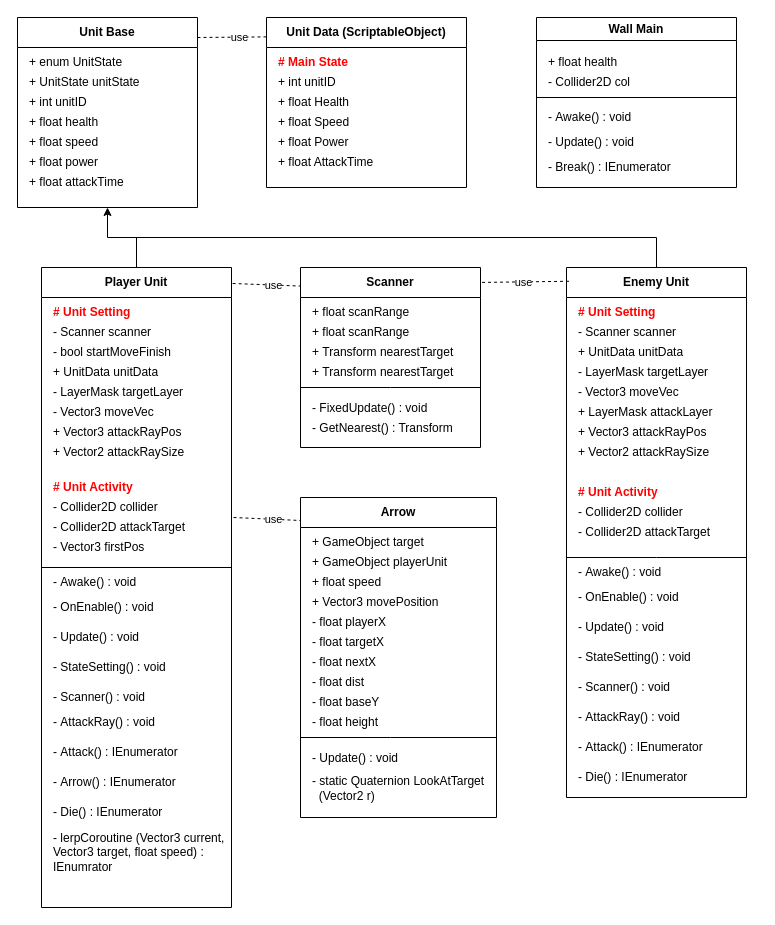
Before: page "Battle" (2 of 3) of Project_CSD.drawio in YJU-Capstone-Design/Capstone-Design, a draw.io diagram. Source tidied: cells renumbered, new cells numbered last; positions are measured from the earlier drawing's top-left corner, leaving out a move shared by most shapes. Both pictures are drawn from the tidied source at 100%, with x=0, y=0 at pixel (17, 17).
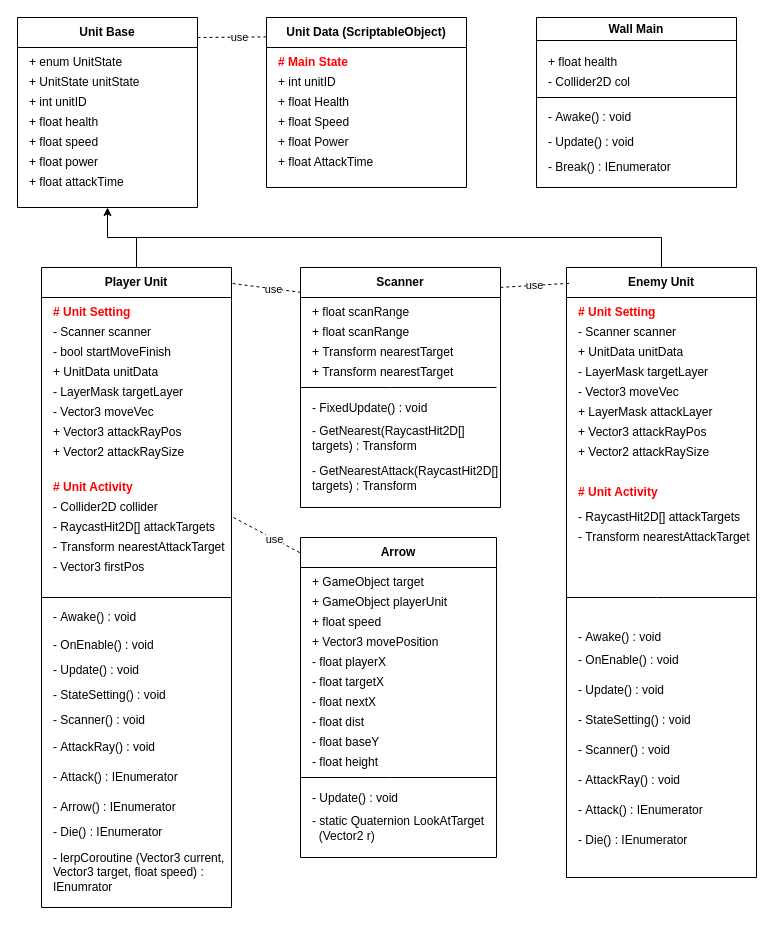
The same diagram, later.

The change refers to these unchanged cells:
```xml
<mxCell id="10" value="Player Unit" style="swimlane;whiteSpace=wrap;html=1;startSize=30;" parent="1" vertex="1">
  <mxGeometry x="24" y="250" width="190" height="640" as="geometry" />
</mxCell>
```

What changed in the source:
```diff
@@
-    <mxCell id="19" value="-&amp;nbsp;Collider2D attackTarget" style="text;html=1;align=left;verticalAlign=middle;whiteSpace=wrap;rounded=0;" parent="10" vertex="1">
-      <mxGeometry x="10" y="250" width="150" height="20" as="geometry" />
+    <mxCell id="19" value="-&amp;nbsp;RaycastHit2D[] attackTargets" style="text;html=1;align=left;verticalAlign=middle;whiteSpace=wrap;rounded=0;" parent="10" vertex="1">
+      <mxGeometry x="10" y="250" width="170" height="20" as="geometry" />
     </mxCell>
@@
     <mxCell id="22" value="- Die()&amp;nbsp;: IEnumerator" style="text;html=1;align=left;verticalAlign=middle;whiteSpace=wrap;rounded=0;" parent="10" vertex="1">
-      <mxGeometry x="10" y="530" width="150" height="30" as="geometry" />
+      <mxGeometry x="10" y="550" width="150" height="30" as="geometry" />
     </mxCell>
     <mxCell id="23" value="- lerpCoroutine (Vector3 current, Vector3 target, float speed) : IEnumrator" style="text;html=1;align=left;verticalAlign=middle;whiteSpace=wrap;rounded=0;" parent="10" vertex="1">
-      <mxGeometry x="10" y="560" width="180" height="50" as="geometry" />
+      <mxGeometry x="10" y="580" width="180" height="50" as="geometry" />
     </mxCell>
     <mxCell id="24" value="-&amp;nbsp;Awake() : void" style="text;html=1;align=left;verticalAlign=middle;whiteSpace=wrap;rounded=0;" parent="10" vertex="1">
-      <mxGeometry x="10" y="300" width="150" height="30" as="geometry" />
+      <mxGeometry x="10" y="340" width="150" height="20" as="geometry" />
     </mxCell>
     <mxCell id="25" value="-&amp;nbsp;OnEnable() : void" style="text;html=1;align=left;verticalAlign=middle;whiteSpace=wrap;rounded=0;" parent="10" vertex="1">
-      <mxGeometry x="10" y="325" width="150" height="30" as="geometry" />
+      <mxGeometry x="10" y="365" width="150" height="25" as="geometry" />
     </mxCell>
     <mxCell id="26" value="-&amp;nbsp;Update() : void" style="text;html=1;align=left;verticalAlign=middle;whiteSpace=wrap;rounded=0;" parent="10" vertex="1">
-      <mxGeometry x="10" y="355" width="150" height="30" as="geometry" />
+      <mxGeometry x="10" y="390" width="150" height="25" as="geometry" />
     </mxCell>
     <mxCell id="27" value="-&amp;nbsp;StateSetting() : void" style="text;html=1;align=left;verticalAlign=middle;whiteSpace=wrap;rounded=0;" parent="10" vertex="1">
-      <mxGeometry x="10" y="385" width="150" height="30" as="geometry" />
+      <mxGeometry x="10" y="415" width="150" height="25" as="geometry" />
     </mxCell>
     <mxCell id="28" value="-&amp;nbsp;Scanner()&amp;nbsp;: void" style="text;html=1;align=left;verticalAlign=middle;whiteSpace=wrap;rounded=0;" parent="10" vertex="1">
-      <mxGeometry x="10" y="415" width="150" height="30" as="geometry" />
+      <mxGeometry x="10" y="440" width="150" height="25" as="geometry" />
     </mxCell>
     <mxCell id="29" value="-&amp;nbsp;AttackRay()&amp;nbsp;: void" style="text;html=1;align=left;verticalAlign=middle;whiteSpace=wrap;rounded=0;" parent="10" vertex="1">
-      <mxGeometry x="10" y="440" width="150" height="30" as="geometry" />
+      <mxGeometry x="10" y="470" width="150" height="20" as="geometry" />
     </mxCell>
     <mxCell id="30" value="-&amp;nbsp;Attack()&amp;nbsp;: IEnumerator" style="text;html=1;align=left;verticalAlign=middle;whiteSpace=wrap;rounded=0;" parent="10" vertex="1">
-      <mxGeometry x="10" y="470" width="150" height="30" as="geometry" />
+      <mxGeometry x="10" y="500" width="150" height="20" as="geometry" />
     </mxCell>
     <mxCell id="31" value="-&amp;nbsp;Arrow()&amp;nbsp;: IEnumerator" style="text;html=1;align=left;verticalAlign=middle;whiteSpace=wrap;rounded=0;" parent="10" vertex="1">
-      <mxGeometry x="10" y="500" width="150" height="30" as="geometry" />
+      <mxGeometry x="10" y="530" width="150" height="20" as="geometry" />
     </mxCell>
     <mxCell id="32" style="endArrow=none;html=1;rounded=0;" parent="10" edge="1">
       <mxGeometry relative="1" as="geometry">
-        <mxPoint y="300" as="sourcePoint" />
-        <mxPoint x="190" y="300" as="targetPoint" />
+        <mxPoint y="330" as="sourcePoint" />
+        <mxPoint x="190" y="330" as="targetPoint" />
       </mxGeometry>
     </mxCell>
     <mxCell id="33" value="-&amp;nbsp;Vector3 firstPos" style="text;html=1;align=left;verticalAlign=middle;whiteSpace=wrap;rounded=0;" parent="10" vertex="1">
-      <mxGeometry x="10" y="270" width="150" height="20" as="geometry" />
+      <mxGeometry x="10" y="290" width="150" height="20" as="geometry" />
     </mxCell>
+    <mxCell id="101" value="-&amp;nbsp;Transform nearestAttackTarget" style="text;html=1;align=left;verticalAlign=middle;whiteSpace=wrap;rounded=0;" parent="10" vertex="1">
+      <mxGeometry x="10" y="270" width="180" height="20" as="geometry" />
+    </mxCell>
@@
     <mxCell id="35" value="Enemy Unit" style="swimlane;whiteSpace=wrap;html=1;startSize=30;" parent="1" vertex="1">
-      <mxGeometry x="549" y="250" width="180" height="530" as="geometry" />
+      <mxGeometry x="549" y="250" width="190" height="610" as="geometry" />
     </mxCell>
@@
-    <mxCell id="42" value="-&amp;nbsp;Collider2D collider" style="text;html=1;align=left;verticalAlign=middle;whiteSpace=wrap;rounded=0;" parent="35" vertex="1">
-      <mxGeometry x="10" y="230" width="150" height="30" as="geometry" />
+    <mxCell id="42" value="-&amp;nbsp;RaycastHit2D[] attackTargets" style="text;html=1;align=left;verticalAlign=middle;whiteSpace=wrap;rounded=0;" parent="35" vertex="1">
+      <mxGeometry x="10" y="240" width="170" height="20" as="geometry" />
     </mxCell>
-    <mxCell id="43" value="-&amp;nbsp;Collider2D attackTarget" style="text;html=1;align=left;verticalAlign=middle;whiteSpace=wrap;rounded=0;" parent="35" vertex="1">
-      <mxGeometry x="10" y="250" width="150" height="30" as="geometry" />
+    <mxCell id="43" value="-&amp;nbsp;Transform nearestAttackTarget" style="text;html=1;align=left;verticalAlign=middle;whiteSpace=wrap;rounded=0;" parent="35" vertex="1">
+      <mxGeometry x="10" y="260" width="180" height="20" as="geometry" />
     </mxCell>
@@
     <mxCell id="46" value="-&amp;nbsp;StateSetting()&amp;nbsp;: void" style="text;html=1;align=left;verticalAlign=middle;whiteSpace=wrap;rounded=0;" parent="35" vertex="1">
-      <mxGeometry x="10" y="375" width="150" height="30" as="geometry" />
+      <mxGeometry x="10" y="440" width="150" height="25" as="geometry" />
     </mxCell>
     <mxCell id="47" style="endArrow=none;html=1;rounded=0;" parent="35" edge="1">
       <mxGeometry relative="1" as="geometry">
-        <mxPoint y="290" as="sourcePoint" />
-        <mxPoint x="180" y="290" as="targetPoint" />
+        <mxPoint y="330" as="sourcePoint" />
+        <mxPoint x="190" y="330" as="targetPoint" />
         <Array as="points">
-          <mxPoint x="90" y="290" />
+          <mxPoint x="90" y="330" />
         </Array>
       </mxGeometry>
     </mxCell>
@@
     <mxCell id="49" value="-&amp;nbsp;Awake() : void" style="text;html=1;align=left;verticalAlign=middle;whiteSpace=wrap;rounded=0;" parent="35" vertex="1">
-      <mxGeometry x="10" y="290" width="150" height="30" as="geometry" />
+      <mxGeometry x="10" y="360" width="150" height="20" as="geometry" />
     </mxCell>
     <mxCell id="50" value="-&amp;nbsp;OnEnable() : void" style="text;html=1;align=left;verticalAlign=middle;whiteSpace=wrap;rounded=0;" parent="35" vertex="1">
-      <mxGeometry x="10" y="315" width="150" height="30" as="geometry" />
+      <mxGeometry x="10" y="380" width="150" height="25" as="geometry" />
     </mxCell>
     <mxCell id="51" value="-&amp;nbsp;Update() : void" style="text;html=1;align=left;verticalAlign=middle;whiteSpace=wrap;rounded=0;" parent="35" vertex="1">
-      <mxGeometry x="10" y="345" width="150" height="30" as="geometry" />
+      <mxGeometry x="10" y="410" width="150" height="25" as="geometry" />
     </mxCell>
     <mxCell id="52" value="-&amp;nbsp;Scanner()&amp;nbsp;: void" style="text;html=1;align=left;verticalAlign=middle;whiteSpace=wrap;rounded=0;" parent="35" vertex="1">
-      <mxGeometry x="10" y="405" width="150" height="30" as="geometry" />
+      <mxGeometry x="10" y="470" width="150" height="25" as="geometry" />
     </mxCell>
     <mxCell id="53" value="-&amp;nbsp;AttackRay()&amp;nbsp;: void" style="text;html=1;align=left;verticalAlign=middle;whiteSpace=wrap;rounded=0;" parent="35" vertex="1">
-      <mxGeometry x="10" y="435" width="150" height="30" as="geometry" />
+      <mxGeometry x="10" y="500" width="150" height="25" as="geometry" />
     </mxCell>
     <mxCell id="54" value="-&amp;nbsp;Attack()&amp;nbsp;: IEnumerator&amp;nbsp;" style="text;html=1;align=left;verticalAlign=middle;whiteSpace=wrap;rounded=0;" parent="35" vertex="1">
-      <mxGeometry x="10" y="465" width="150" height="30" as="geometry" />
+      <mxGeometry x="10" y="530" width="150" height="25" as="geometry" />
     </mxCell>
     <mxCell id="55" value="- Die()&amp;nbsp;: IEnumerator&amp;nbsp;" style="text;html=1;align=left;verticalAlign=middle;whiteSpace=wrap;rounded=0;" parent="35" vertex="1">
-      <mxGeometry x="10" y="495" width="150" height="30" as="geometry" />
+      <mxGeometry x="10" y="560" width="150" height="25" as="geometry" />
     </mxCell>
@@
     <mxCell id="60" value="Scanner" style="swimlane;whiteSpace=wrap;html=1;startSize=30;" parent="1" vertex="1">
-      <mxGeometry x="283" y="250" width="180" height="180" as="geometry" />
+      <mxGeometry x="283" y="250" width="200" height="240" as="geometry" />
     </mxCell>
@@
     <mxCell id="65" style="endArrow=none;html=1;rounded=0;" parent="60" edge="1">
       <mxGeometry relative="1" as="geometry">
         <mxPoint y="120" as="sourcePoint" />
-        <mxPoint x="180" y="120" as="targetPoint" />
+        <mxPoint x="196" y="120" as="targetPoint" />
         <Array as="points">
           <mxPoint x="90" y="120" />
         </Array>
       </mxGeometry>
     </mxCell>
-    <mxCell id="66" value="- GetNearest() : Transform&amp;nbsp;" style="text;html=1;align=left;verticalAlign=middle;whiteSpace=wrap;rounded=0;" parent="60" vertex="1">
-      <mxGeometry x="10" y="160" width="150" as="geometry" />
+    <mxCell id="66" value="- GetNearest(RaycastHit2D[] targets) : Transform&amp;nbsp;" style="text;html=1;align=left;verticalAlign=middle;whiteSpace=wrap;rounded=0;" parent="60" vertex="1">
+      <mxGeometry x="10" y="170" width="180" as="geometry" />
     </mxCell>
@@
+    <mxCell id="102" value="- GetNearestAttack(RaycastHit2D[] targets) : Transform&amp;nbsp;" style="text;html=1;align=left;verticalAlign=middle;whiteSpace=wrap;rounded=0;" parent="60" vertex="1">
+      <mxGeometry x="10" y="210" width="190" as="geometry" />
+    </mxCell>
@@
     <mxCell id="83" value="Arrow" style="swimlane;whiteSpace=wrap;html=1;startSize=30;" parent="1" vertex="1">
-      <mxGeometry x="283" y="480" width="196" height="320" as="geometry" />
+      <mxGeometry x="283" y="520" width="196" height="320" as="geometry" />
     </mxCell>
@@
-    <mxCell id="97" style="endArrow=none;dashed=1;html=1;rounded=0;exitX=1.006;exitY=0.025;exitDx=0;exitDy=0;exitPerimeter=0;entryX=-0.003;entryY=0.103;entryDx=0;entryDy=0;entryPerimeter=0;" parent="1" edge="1">
+    <mxCell id="97" style="endArrow=none;dashed=1;html=1;rounded=0;exitX=1.006;exitY=0.025;exitDx=0;exitDy=0;exitPerimeter=0;entryX=0.002;entryY=0.049;entryDx=0;entryDy=0;entryPerimeter=0;" parent="1" edge="1" target="83">
       <mxGeometry relative="1" as="geometry">
         <mxPoint x="216" y="500" as="sourcePoint" />
-        <mxPoint x="283" y="503" as="targetPoint" />
       </mxGeometry>
     </mxCell>
```
